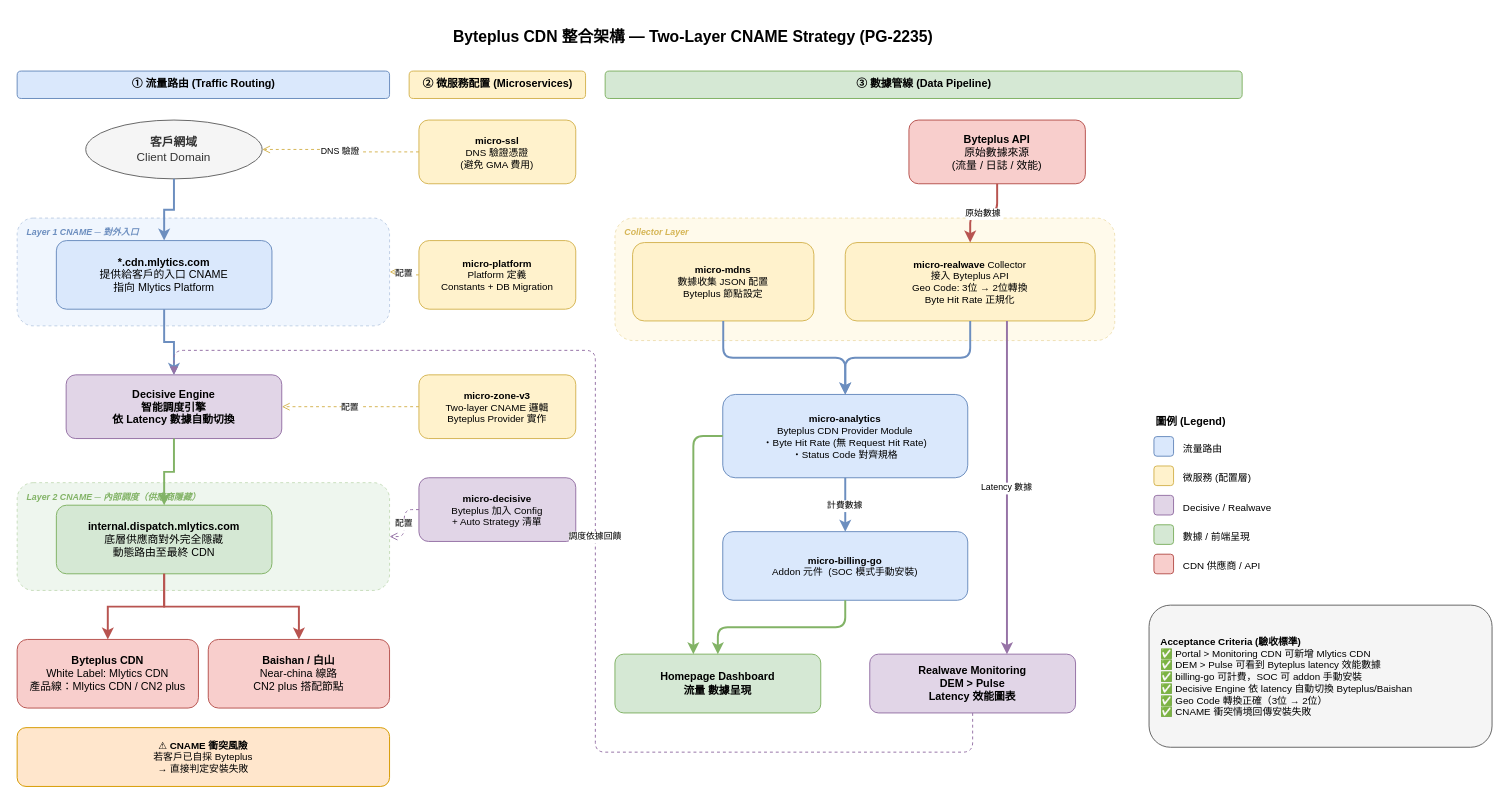
Earlier version of the draw.io diagram page "第 11 页" (11 of 11) of Mlytics.drawio (Cadmus-design/Diagrams). Source tidied: cells renumbered, new cells numbered last; positions are measured from the earlier drawing's top-left corner, leaving out a move shared by most shapes. Both pictures are drawn from the tidied source at 98%, with x=0, y=0 at pixel (17, 17).
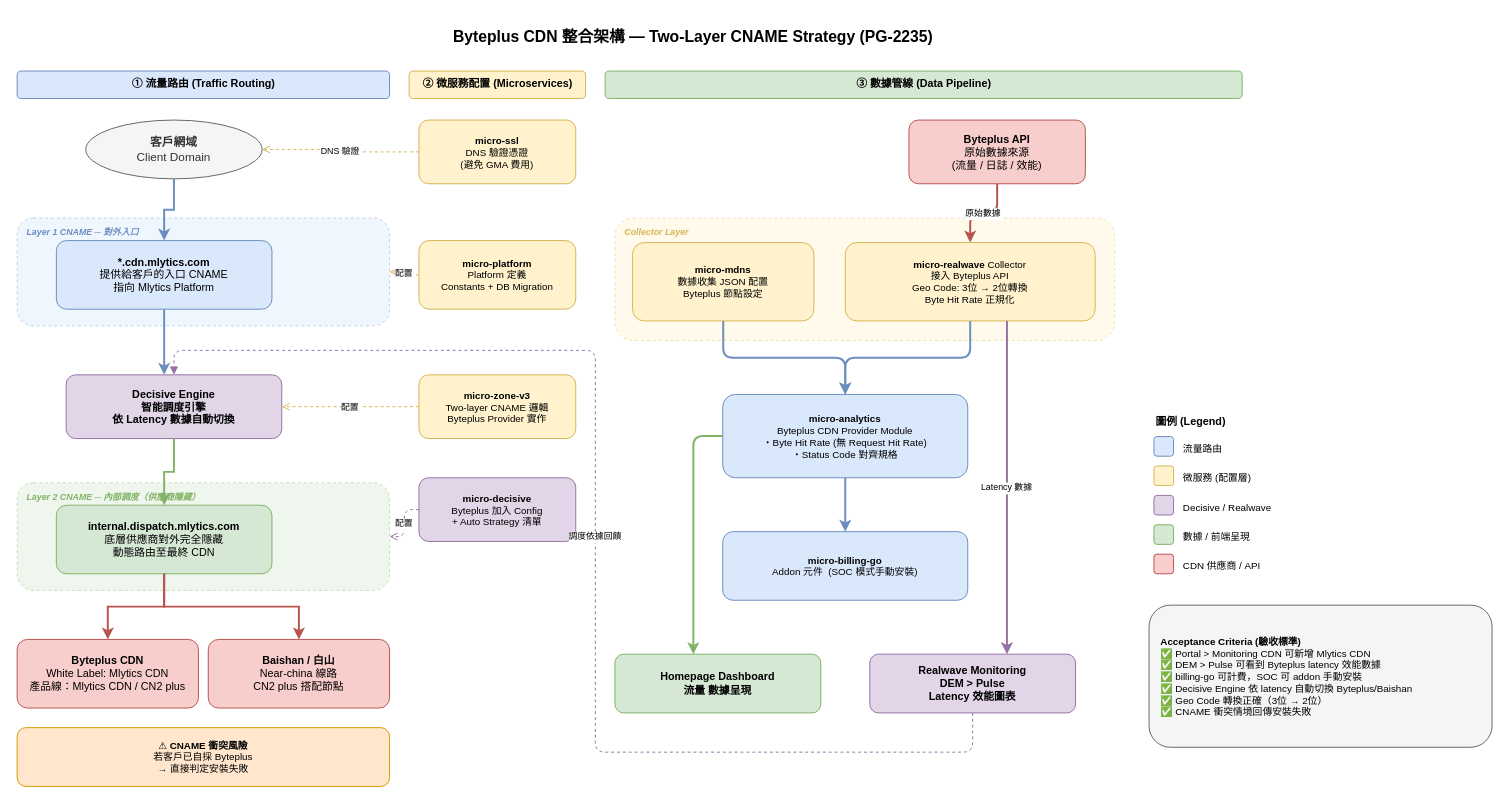
Above is the later version.

Unchanged cells that the change refers to:
```xml
<mxCell id="9" value="&lt;b&gt;*.cdn.mlytics.com&lt;/b&gt;&lt;br&gt;提供給客戶的入口 CNAME&lt;br&gt;指向 Mlytics Platform" style="rounded=1;whiteSpace=wrap;html=1;fillColor=#dae8fc;strokeColor=#6c8ebf;fontSize=11;" parent="1" vertex="1">
  <mxGeometry x="40" y="228" width="220" height="70" as="geometry" />
</mxCell>
<mxCell id="10" value="&lt;b&gt;Decisive Engine&lt;/b&gt;&lt;br&gt;智能調度引擎&lt;br&gt;依 Latency 數據自動切換" style="rounded=1;whiteSpace=wrap;html=1;fillColor=#e1d5e7;strokeColor=#9673a6;fontSize=11;fontStyle=1;" parent="1" vertex="1">
  <mxGeometry x="50" y="365" width="220" height="65" as="geometry" />
</mxCell>
<mxCell id="26" value="&lt;b&gt;micro-analytics&lt;/b&gt;&lt;br&gt;Byteplus CDN Provider Module&lt;br&gt;・Byte Hit Rate (無 Request Hit Rate)&lt;br&gt;・Status Code 對齊規格" style="rounded=1;whiteSpace=wrap;html=1;fillColor=#dae8fc;strokeColor=#6c8ebf;fontSize=10;" parent="1" vertex="1">
  <mxGeometry x="720" y="385" width="250" height="85" as="geometry" />
</mxCell>
<mxCell id="27" value="&lt;b&gt;micro-billing-go&lt;/b&gt;&lt;br&gt;Addon 元件&amp;nbsp; (SOC 模式手動安裝)" style="rounded=1;whiteSpace=wrap;html=1;fillColor=#dae8fc;strokeColor=#6c8ebf;fontSize=10;" parent="1" vertex="1">
  <mxGeometry x="720" y="525" width="250" height="70" as="geometry" />
</mxCell>
<mxCell id="28" value="&lt;b&gt;Homepage Dashboard&lt;/b&gt;&lt;br&gt;流量 數據呈現" style="rounded=1;whiteSpace=wrap;html=1;fillColor=#d5e8d4;strokeColor=#82b366;fontSize=11;fontStyle=1;" parent="1" vertex="1">
  <mxGeometry x="610" y="650" width="210" height="60" as="geometry" />
</mxCell>
```

The edit, as a diff of the source:
```diff
@@
     <mxCell id="31" style="edgeStyle=orthogonalEdgeStyle;rounded=0;strokeWidth=2;strokeColor=#6c8ebf;" parent="1" edge="1" source="9" target="10">
-      <mxGeometry relative="1" as="geometry" />
+      <mxGeometry relative="1" as="geometry">
+        <Array as="points">
+          <mxPoint x="150" y="350" />
+          <mxPoint x="150" y="350" />
+        </Array>
+      </mxGeometry>
     </mxCell>
@@
-    <mxCell id="42" value="計費數據" style="edgeStyle=orthogonalEdgeStyle;strokeColor=#6c8ebf;strokeWidth=2;fontSize=9;" parent="1" edge="1" source="26" target="27">
+    <mxCell id="42" style="edgeStyle=orthogonalEdgeStyle;strokeColor=#6c8ebf;strokeWidth=2;fontSize=9;" parent="1" edge="1" source="26" target="27">
       <mxGeometry relative="1" as="geometry" />
     </mxCell>
@@
-    <mxCell id="44" style="edgeStyle=orthogonalEdgeStyle;strokeColor=#82b366;strokeWidth=2;" parent="1" edge="1" source="27" target="28">
-      <mxGeometry relative="1" as="geometry" />
-    </mxCell>
```
